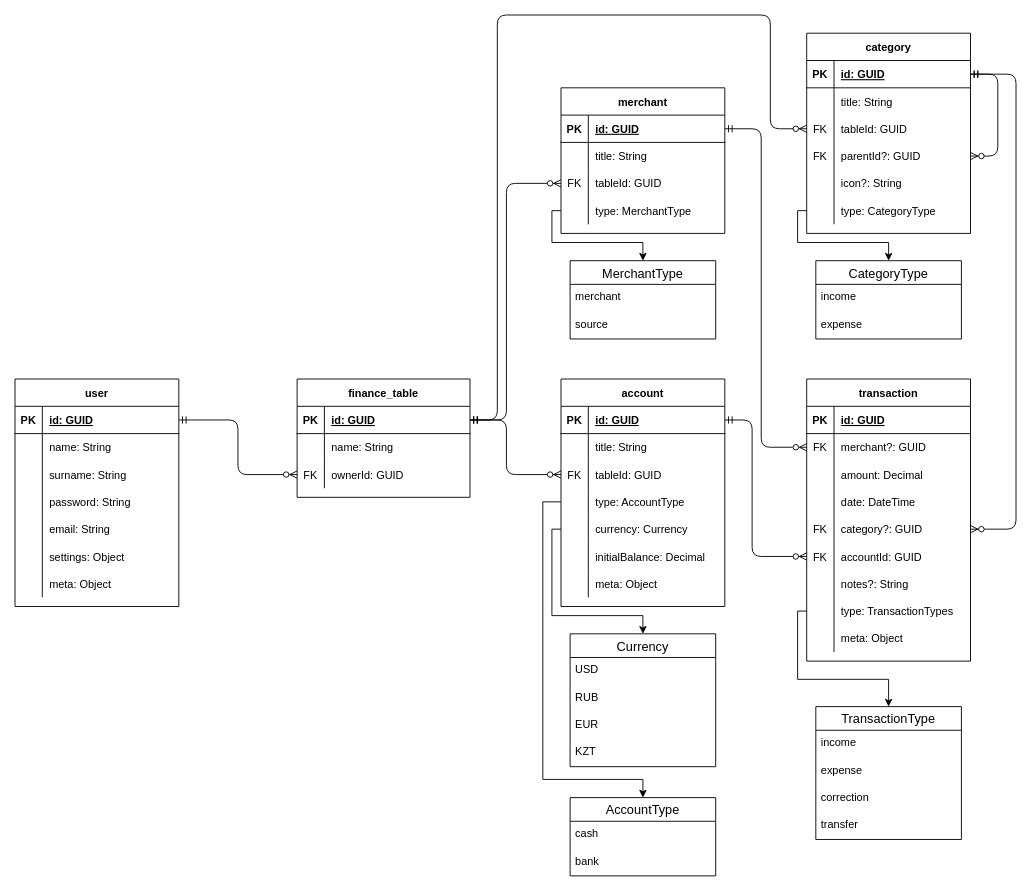
Before: schema.drawio in RayDarar/sana-service, a draw.io diagram. Source tidied: cells renumbered, new cells numbered last; positions are measured from the earlier drawing's top-left corner, leaving out a move shared by most shapes. Both pictures are drawn from the tidied source at 91%, with x=0, y=0 at pixel (15, 15).
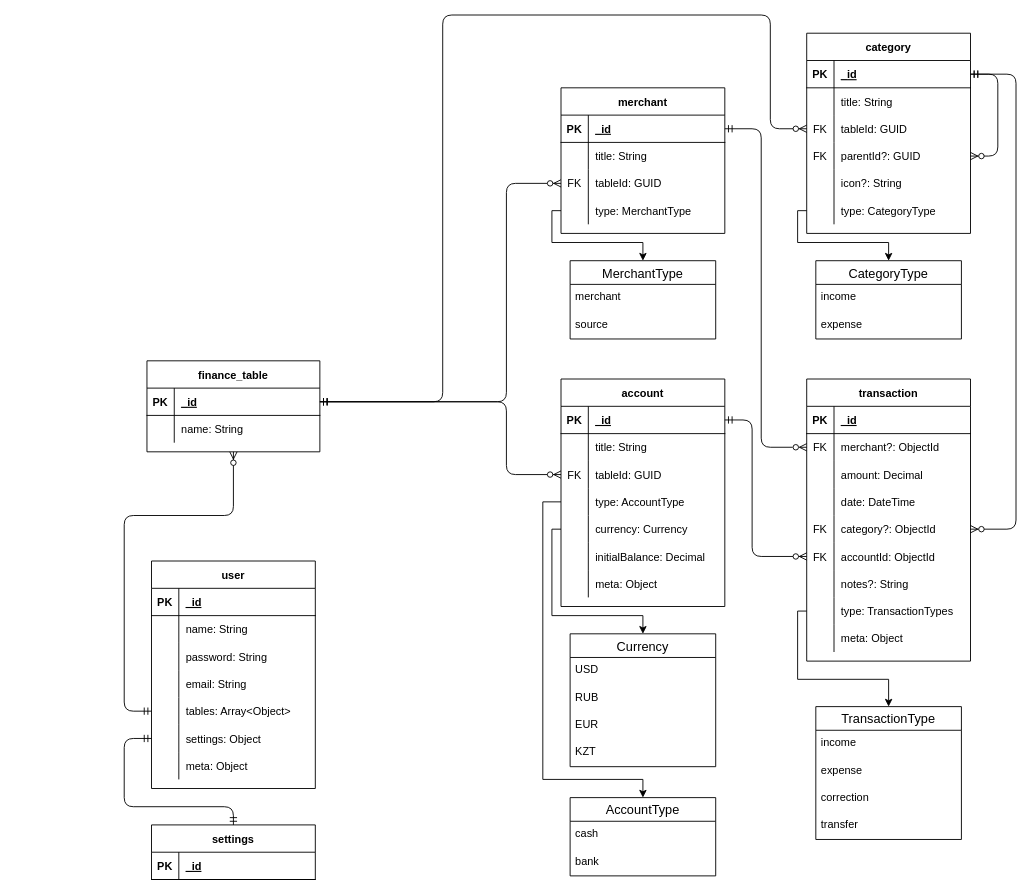
The same page after the edit.

Unchanged cells that the change refers to:
```xml
<mxCell id="3" style="shape=partialRectangle;fillColor=none;top=0;left=0;bottom=1;right=0;points=[[0,0.5],[1,0.5]];portConstraint=eastwest;" parent="2" vertex="1">
  <mxGeometry y="30" width="190" height="30" as="geometry" />
</mxCell>
<mxCell id="14" style="shape=partialRectangle;fillColor=none;top=0;left=0;bottom=1;right=0;points=[[0,0.5],[1,0.5]];portConstraint=eastwest;" parent="13" vertex="1">
  <mxGeometry y="30" width="180" height="30" as="geometry" />
</mxCell>
<mxCell id="20" style="shape=partialRectangle;fillColor=none;top=0;left=0;bottom=0;right=0;points=[[0,0.5],[1,0.5]];portConstraint=eastwest;" parent="13" vertex="1">
  <mxGeometry y="90" width="180" height="30" as="geometry" />
</mxCell>
<mxCell id="37" style="shape=partialRectangle;fillColor=none;top=0;left=0;bottom=1;right=0;" parent="36" vertex="1">
  <mxGeometry y="30" width="180" height="30" as="geometry" />
</mxCell>
<mxCell id="40" style="shape=partialRectangle;fillColor=none;top=0;left=0;bottom=0;right=0;points=[[0,0.5],[1,0.5]];portConstraint=eastwest;" parent="36" vertex="1">
  <mxGeometry y="60" width="180" height="30" as="geometry" />
</mxCell>
<mxCell id="49" style="shape=partialRectangle;fillColor=none;top=0;left=0;bottom=0;right=0;points=[[0,0.5],[1,0.5]];portConstraint=eastwest;" parent="36" vertex="1">
  <mxGeometry y="150" width="180" height="30" as="geometry" />
</mxCell>
<mxCell id="52" style="shape=partialRectangle;fillColor=none;top=0;left=0;bottom=0;right=0;points=[[0,0.5],[1,0.5]];portConstraint=eastwest;" parent="36" vertex="1">
  <mxGeometry y="180" width="180" height="30" as="geometry" />
</mxCell>
<mxCell id="76" style="shape=partialRectangle;fillColor=none;top=0;left=0;bottom=1;right=0;points=[[0,0.5],[1,0.5]];portConstraint=eastwest;" parent="75" vertex="1">
  <mxGeometry y="30" width="180" height="30" as="geometry" />
</mxCell>
<mxCell id="82" style="shape=partialRectangle;fillColor=none;top=0;left=0;bottom=0;right=0;points=[[0,0.5],[1,0.5]];portConstraint=eastwest;" parent="75" vertex="1">
  <mxGeometry y="90" width="180" height="30" as="geometry" />
</mxCell>
<mxCell id="101" style="shape=partialRectangle;fillColor=none;top=0;left=0;bottom=1;right=0;points=[[0,0.5],[1,0.5]];portConstraint=eastwest;" parent="100" vertex="1">
  <mxGeometry y="30" width="180" height="30" as="geometry" />
</mxCell>
<mxCell id="107" style="shape=partialRectangle;fillColor=none;top=0;left=0;bottom=0;right=0;points=[[0,0.5],[1,0.5]];portConstraint=eastwest;" parent="100" vertex="1">
  <mxGeometry y="90" width="180" height="30" as="geometry" />
</mxCell>
<mxCell id="127" style="shape=partialRectangle;fillColor=none;top=0;left=0;bottom=1;right=0;points=[[0,0.5],[1,0.5]];portConstraint=eastwest;" parent="126" vertex="1">
  <mxGeometry y="30" width="180" height="30" as="geometry" />
</mxCell>
<mxCell id="142" style="shape=tableRow;horizontal=0;startSize=0;swimlaneHead=0;swimlaneBody=0;fillColor=none;points=[[0,0.5],[1,0.5]];portConstraint=eastwest;top=0;left=0;right=0;bottom=0;" parent="126" vertex="1">
  <mxGeometry y="180" width="180" height="30" as="geometry" />
</mxCell>
```

The edit, as a diff of the source:
```diff
@@
     <mxCell id="2" value="finance_table" style="shape=table;startSize=30;childLayout=tableLayout;rowLines=0;fontStyle=1;align=center;" parent="1" vertex="1">
-      <mxGeometry x="310" y="400" width="190" height="130" as="geometry" />
+      <mxGeometry x="145" y="380" width="190" height="100" as="geometry" />
     </mxCell>
@@
-    <mxCell id="5" value="id: GUID" style="shape=partialRectangle;fillColor=none;top=0;left=0;bottom=0;right=0;align=left;spacingLeft=6;fontStyle=5;overflow=hidden;" parent="3" vertex="1">
+    <mxCell id="5" value="_id" style="shape=partialRectangle;fillColor=none;top=0;left=0;bottom=0;right=0;align=left;spacingLeft=6;fontStyle=5;overflow=hidden;" parent="3" vertex="1">
       <mxGeometry x="30" width="160" height="30" as="geometry" />
     </mxCell>
@@
-    <mxCell id="9" style="shape=partialRectangle;fillColor=none;top=0;left=0;bottom=0;right=0;points=[[0,0.5],[1,0.5]];portConstraint=eastwest;" parent="2" vertex="1">
-      <mxGeometry y="90" width="190" height="30" as="geometry" />
-    </mxCell>
-    <mxCell id="10" value="FK" style="shape=partialRectangle;fillColor=none;top=0;left=0;bottom=0;right=0;overflow=hidden;" parent="9" vertex="1">
-      <mxGeometry width="30" height="30" as="geometry" />
-    </mxCell>
-    <mxCell id="11" value="ownerId: GUID" style="shape=partialRectangle;fillColor=none;top=0;left=0;bottom=0;right=0;align=left;spacingLeft=6;overflow=hidden;" parent="9" vertex="1">
-      <mxGeometry x="30" width="160" height="30" as="geometry" />
-    </mxCell>
-    <mxCell id="12" style="edgeStyle=orthogonalEdgeStyle;fontSize=12;html=1;endArrow=ERzeroToMany;startArrow=ERmandOne;exitX=1;exitY=0.5;exitDx=0;exitDy=0;entryX=0;entryY=0.5;entryDx=0;entryDy=0;" parent="1" edge="1" source="127" target="9">
-      <mxGeometry relative="1" as="geometry" />
+    <mxCell id="12" style="edgeStyle=orthogonalEdgeStyle;fontSize=12;html=1;endArrow=ERzeroToMany;startArrow=ERmandOne;exitX=0;exitY=0.5;exitDx=0;exitDy=0;entryX=0.5;entryY=1;entryDx=0;entryDy=0;" parent="1" edge="1" source="148" target="2">
+      <mxGeometry relative="1" as="geometry">
+        <Array as="points">
+          <mxPoint x="120" y="765" />
+          <mxPoint x="120" y="550" />
+          <mxPoint x="240" y="550" />
+        </Array>
+      </mxGeometry>
     </mxCell>
@@
-    <mxCell id="16" value="id: GUID" style="shape=partialRectangle;fillColor=none;top=0;left=0;bottom=0;right=0;align=left;spacingLeft=6;fontStyle=5;overflow=hidden;" parent="14" vertex="1">
+    <mxCell id="16" value="_id" style="shape=partialRectangle;fillColor=none;top=0;left=0;bottom=0;right=0;align=left;spacingLeft=6;fontStyle=5;overflow=hidden;" parent="14" vertex="1">
       <mxGeometry x="30" width="150" height="30" as="geometry" />
     </mxCell>
@@
     <mxCell id="35" style="edgeStyle=orthogonalEdgeStyle;fontSize=12;html=1;endArrow=ERzeroToMany;startArrow=ERmandOne;rounded=1;exitX=1;exitY=0.5;exitDx=0;exitDy=0;entryX=0;entryY=0.5;entryDx=0;entryDy=0;" parent="1" edge="1" source="3" target="20">
       <mxGeometry relative="1" as="geometry">
         <Array as="points">
-          <mxPoint x="540" y="445" />
+          <mxPoint x="540" y="425" />
           <mxPoint x="540" y="505" />
         </Array>
       </mxGeometry>
     </mxCell>
@@
-    <mxCell id="39" value="id: GUID" style="shape=partialRectangle;fillColor=none;top=0;left=0;bottom=0;right=0;align=left;spacingLeft=6;fontStyle=5;overflow=hidden;" parent="37" vertex="1">
+    <mxCell id="39" value="_id" style="shape=partialRectangle;fillColor=none;top=0;left=0;bottom=0;right=0;align=left;spacingLeft=6;fontStyle=5;overflow=hidden;" parent="37" vertex="1">
       <mxGeometry x="30" width="150" height="30" as="geometry" />
     </mxCell>
@@
-    <mxCell id="42" value="merchant?: GUID" style="shape=partialRectangle;fillColor=none;top=0;left=0;bottom=0;right=0;align=left;spacingLeft=6;overflow=hidden;" parent="40" vertex="1">
+    <mxCell id="42" value="merchant?: ObjectId" style="shape=partialRectangle;fillColor=none;top=0;left=0;bottom=0;right=0;align=left;spacingLeft=6;overflow=hidden;" parent="40" vertex="1">
       <mxGeometry x="30" width="150" height="30" as="geometry" />
     </mxCell>
@@
-    <mxCell id="51" value="category?: GUID" style="shape=partialRectangle;fillColor=none;top=0;left=0;bottom=0;right=0;align=left;spacingLeft=6;overflow=hidden;" parent="49" vertex="1">
+    <mxCell id="51" value="category?: ObjectId" style="shape=partialRectangle;fillColor=none;top=0;left=0;bottom=0;right=0;align=left;spacingLeft=6;overflow=hidden;" parent="49" vertex="1">
       <mxGeometry x="30" width="150" height="30" as="geometry" />
     </mxCell>
@@
-    <mxCell id="54" value="accountId: GUID" style="shape=partialRectangle;fillColor=none;top=0;left=0;bottom=0;right=0;align=left;spacingLeft=6;overflow=hidden;" parent="52" vertex="1">
+    <mxCell id="54" value="accountId: ObjectId" style="shape=partialRectangle;fillColor=none;top=0;left=0;bottom=0;right=0;align=left;spacingLeft=6;overflow=hidden;" parent="52" vertex="1">
       <mxGeometry x="30" width="150" height="30" as="geometry" />
     </mxCell>
@@
-    <mxCell id="78" value="id: GUID" style="shape=partialRectangle;fillColor=none;top=0;left=0;bottom=0;right=0;align=left;spacingLeft=6;fontStyle=5;overflow=hidden;" parent="76" vertex="1">
+    <mxCell id="78" value="_id" style="shape=partialRectangle;fillColor=none;top=0;left=0;bottom=0;right=0;align=left;spacingLeft=6;fontStyle=5;overflow=hidden;" parent="76" vertex="1">
       <mxGeometry x="30" width="150" height="30" as="geometry" />
     </mxCell>
@@
     <mxCell id="88" style="edgeStyle=orthogonalEdgeStyle;fontSize=12;html=1;endArrow=ERzeroToMany;startArrow=ERmandOne;rounded=1;exitX=1;exitY=0.5;exitDx=0;exitDy=0;entryX=0;entryY=0.5;entryDx=0;entryDy=0;" parent="1" edge="1" source="3" target="82">
       <mxGeometry relative="1" as="geometry">
         <Array as="points">
-          <mxPoint x="540" y="445" />
+          <mxPoint x="540" y="425" />
           <mxPoint x="540" y="185" />
         </Array>
       </mxGeometry>
     </mxCell>
@@
-    <mxCell id="103" value="id: GUID" style="shape=partialRectangle;fillColor=none;top=0;left=0;bottom=0;right=0;align=left;spacingLeft=6;fontStyle=5;overflow=hidden;" parent="101" vertex="1">
+    <mxCell id="103" value="_id" style="shape=partialRectangle;fillColor=none;top=0;left=0;bottom=0;right=0;align=left;spacingLeft=6;fontStyle=5;overflow=hidden;" parent="101" vertex="1">
       <mxGeometry x="30" width="150" height="30" as="geometry" />
     </mxCell>
@@
     <mxCell id="124" style="edgeStyle=orthogonalEdgeStyle;fontSize=12;html=1;endArrow=ERzeroToMany;startArrow=ERmandOne;rounded=1;exitX=1;exitY=0.5;exitDx=0;exitDy=0;entryX=0;entryY=0.5;entryDx=0;entryDy=0;" parent="1" edge="1" source="3" target="107">
       <mxGeometry relative="1" as="geometry">
         <Array as="points">
-          <mxPoint x="530" y="445" />
-          <mxPoint x="530" />
+          <mxPoint x="470" y="425" />
+          <mxPoint x="470" />
           <mxPoint x="830" />
           <mxPoint x="830" y="125" />
         </Array>
       </mxGeometry>
     </mxCell>
@@
     <mxCell id="126" value="user" style="shape=table;startSize=30;childLayout=tableLayout;rowLines=0;fontStyle=1;align=center;" parent="1" vertex="1">
-      <mxGeometry y="400" width="180" height="250" as="geometry" />
+      <mxGeometry x="150" y="600" width="180" height="250" as="geometry" />
     </mxCell>
@@
-    <mxCell id="129" value="id: GUID" style="shape=partialRectangle;fillColor=none;top=0;left=0;bottom=0;right=0;align=left;spacingLeft=6;fontStyle=5;overflow=hidden;" parent="127" vertex="1">
+    <mxCell id="129" value="_id" style="shape=partialRectangle;fillColor=none;top=0;left=0;bottom=0;right=0;align=left;spacingLeft=6;fontStyle=5;overflow=hidden;" parent="127" vertex="1">
       <mxGeometry x="30" width="150" height="30" as="geometry" />
     </mxCell>
@@
-    <mxCell id="133" style="shape=partialRectangle;fillColor=none;top=0;left=0;bottom=0;right=0;" parent="126" vertex="1">
-      <mxGeometry y="90" width="180" height="30" as="geometry" />
-    </mxCell>
-    <mxCell id="134" style="shape=partialRectangle;fillColor=none;top=0;left=0;bottom=0;right=0;overflow=hidden;" parent="133" vertex="1">
-      <mxGeometry width="30" height="30" as="geometry" />
-    </mxCell>
-    <mxCell id="135" value="surname: String" style="shape=partialRectangle;fillColor=none;top=0;left=0;bottom=0;right=0;align=left;spacingLeft=6;overflow=hidden;" parent="133" vertex="1">
-      <mxGeometry x="30" width="150" height="30" as="geometry" />
-    </mxCell>
     <mxCell id="136" style="shape=partialRectangle;fillColor=none;top=0;left=0;bottom=0;right=0;" parent="126" vertex="1">
-      <mxGeometry y="120" width="180" height="30" as="geometry" />
+      <mxGeometry y="90" width="180" height="30" as="geometry" />
     </mxCell>
@@
     <mxCell id="139" style="shape=partialRectangle;fillColor=none;top=0;left=0;bottom=0;right=0;" parent="126" vertex="1">
-      <mxGeometry y="150" width="180" height="30" as="geometry" />
+      <mxGeometry y="120" width="180" height="30" as="geometry" />
     </mxCell>
@@
+    <mxCell id="148" style="shape=tableRow;horizontal=0;startSize=0;swimlaneHead=0;swimlaneBody=0;fillColor=none;points=[[0,0.5],[1,0.5]];portConstraint=eastwest;top=0;left=0;right=0;bottom=0;" parent="126" vertex="1">
+      <mxGeometry y="150" width="180" height="30" as="geometry" />
+    </mxCell>
+    <mxCell id="134" style="shape=partialRectangle;fillColor=none;top=0;left=0;bottom=0;right=0;overflow=hidden;" parent="148" vertex="1">
+      <mxGeometry width="30" height="30" as="geometry" />
+    </mxCell>
+    <mxCell id="149" value="tables: Array&lt;Object&gt;" style="shape=partialRectangle;fillColor=none;top=0;left=0;bottom=0;right=0;align=left;spacingLeft=6;overflow=hidden;" parent="148" vertex="1">
+      <mxGeometry x="30" width="150" height="30" as="geometry" />
+    </mxCell>
@@
+    <mxCell id="150" value="settings" style="shape=table;startSize=30;childLayout=tableLayout;rowLines=0;fontStyle=1;align=center;" parent="1" vertex="1">
+      <mxGeometry x="150" y="890" width="180" height="60" as="geometry" />
+    </mxCell>
+    <mxCell id="151" style="shape=tableRow;horizontal=0;startSize=0;swimlaneHead=0;swimlaneBody=0;fillColor=none;top=0;left=0;right=0;bottom=1;" parent="150" vertex="1">
+      <mxGeometry y="30" width="180" height="30" as="geometry" />
+    </mxCell>
+    <mxCell id="152" value="PK" style="shape=partialRectangle;fillColor=none;top=0;left=0;bottom=0;right=0;fontStyle=1;overflow=hidden;" parent="151" vertex="1">
+      <mxGeometry width="30" height="30" as="geometry" />
+    </mxCell>
+    <mxCell id="153" value="_id" style="shape=partialRectangle;fillColor=none;top=0;left=0;bottom=0;right=0;align=left;spacingLeft=6;fontStyle=5;overflow=hidden;" parent="151" vertex="1">
+      <mxGeometry x="30" width="150" height="30" as="geometry" />
+    </mxCell>
+    <mxCell id="154" style="edgeStyle=orthogonalEdgeStyle;fontSize=12;html=1;endArrow=ERmandOne;startArrow=ERmandOne;entryX=0;entryY=0.5;entryDx=0;entryDy=0;exitX=0.5;exitY=0;exitDx=0;exitDy=0;" parent="1" edge="1" source="150" target="142">
+      <mxGeometry relative="1" as="geometry">
+        <Array as="points">
+          <mxPoint x="240" y="870" />
+          <mxPoint x="120" y="870" />
+          <mxPoint x="120" y="795" />
+        </Array>
+      </mxGeometry>
+    </mxCell>
```
